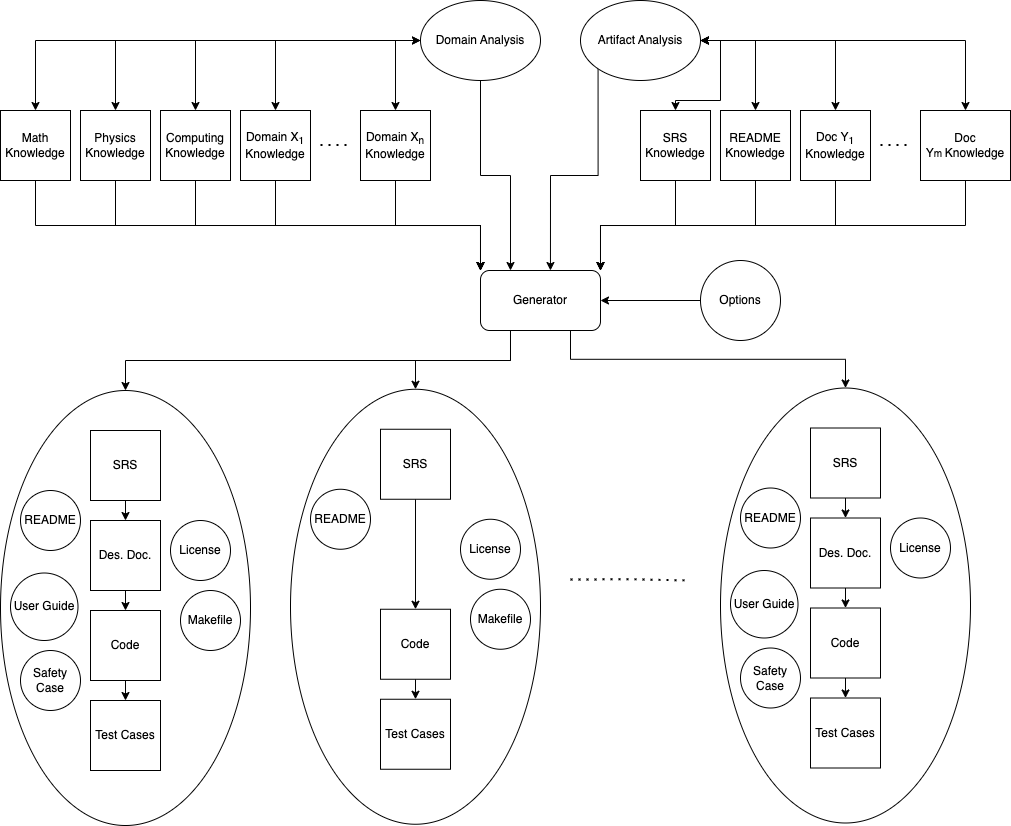
Before: Presentations/Huawei-SustProdLines/figures/GenAllThings.png, a diagram exported from draw.io (JacquesCarette/Drasil). Source tidied: cells renumbered, new cells last; positions are measured from the earlier drawing's top-left corner, leaving out a move shared by most shapes.
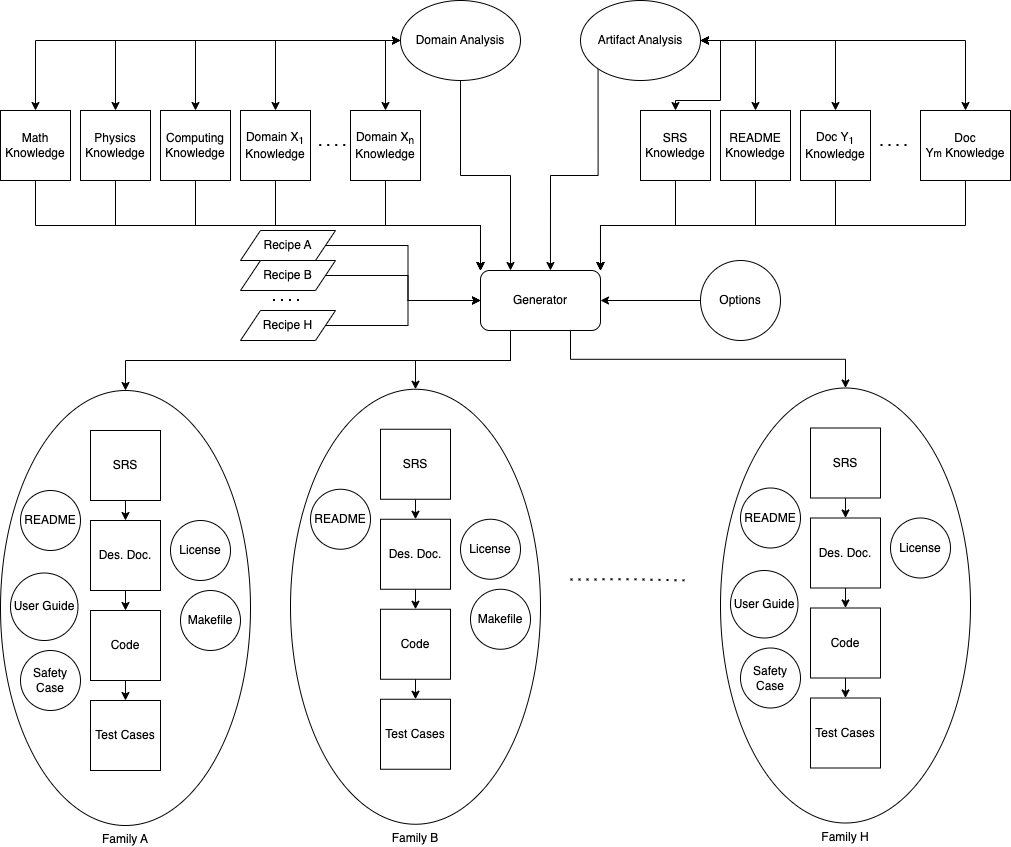
The same file after the commit.

Change to the diagram source:
```diff
@@ -2,29 +2,40 @@
   <root>
     <mxCell id="0" />
     <mxCell id="1" parent="0" />
-    <mxCell id="2" style="ellipse;whiteSpace=wrap;html=1;fillColor=none;" parent="1" vertex="1">
-      <mxGeometry x="290" y="388.8" width="250" height="435" as="geometry" />
-    </mxCell>
     <mxCell id="3" style="edgeStyle=orthogonalEdgeStyle;rounded=0;jettySize=auto;html=1;exitX=0.5;exitY=1;exitDx=0;exitDy=0;entryX=0.25;entryY=0;entryDx=0;entryDy=0;" parent="1" edge="1" source="9" target="37">
       <mxGeometry relative="1" as="geometry" />
     </mxCell>
     <mxCell id="4" style="edgeStyle=orthogonalEdgeStyle;rounded=0;jettySize=auto;html=1;exitX=0;exitY=0.5;exitDx=0;exitDy=0;entryX=0.5;entryY=0;entryDx=0;entryDy=0;startArrow=classic;startFill=1;" parent="1" edge="1" source="9" target="17">
       <mxGeometry relative="1" as="geometry" />
     </mxCell>
+    <mxCell id="8" style="edgeStyle=orthogonalEdgeStyle;rounded=0;jettySize=auto;html=1;exitX=0;exitY=1;exitDx=0;exitDy=0;entryX=0.5;entryY=0;entryDx=0;entryDy=0;startArrow=classic;startFill=1;" parent="1" edge="1" source="9" target="19">
+      <mxGeometry relative="1" as="geometry">
+        <Array as="points">
+          <mxPoint x="418" y="40" />
+          <mxPoint x="115" y="40" />
+        </Array>
+      </mxGeometry>
+    </mxCell>
+    <mxCell id="7" style="edgeStyle=orthogonalEdgeStyle;rounded=0;jettySize=auto;html=1;exitX=0;exitY=1;exitDx=0;exitDy=0;entryX=0.5;entryY=0;entryDx=0;entryDy=0;startArrow=classic;startFill=1;" parent="1" edge="1" source="9" target="21">
+      <mxGeometry relative="1" as="geometry">
+        <Array as="points">
+          <mxPoint x="418" y="40" />
+          <mxPoint x="195" y="40" />
+        </Array>
+      </mxGeometry>
+    </mxCell>
     <mxCell id="5" style="edgeStyle=orthogonalEdgeStyle;rounded=0;jettySize=auto;html=1;exitX=0;exitY=0.5;exitDx=0;exitDy=0;entryX=0.5;entryY=0;entryDx=0;entryDy=0;startArrow=classic;startFill=1;" parent="1" edge="1" source="9" target="23">
       <mxGeometry relative="1" as="geometry" />
     </mxCell>
-    <mxCell id="6" style="edgeStyle=orthogonalEdgeStyle;rounded=0;jettySize=auto;html=1;exitX=0;exitY=0.5;exitDx=0;exitDy=0;entryX=0.5;entryY=0;entryDx=0;entryDy=0;startArrow=none;startFill=0;" parent="1" edge="1" source="9" target="25">
-      <mxGeometry relative="1" as="geometry" />
+    <mxCell id="6" style="edgeStyle=orthogonalEdgeStyle;rounded=0;jettySize=auto;html=1;exitX=0;exitY=0.5;exitDx=0;exitDy=0;entryX=0.5;entryY=0;entryDx=0;entryDy=0;startArrow=classic;startFill=1;" parent="1" edge="1" source="9" target="25">
+      <mxGeometry relative="1" as="geometry">
+        <Array as="points">
+          <mxPoint x="385" y="40" />
+        </Array>
+      </mxGeometry>
     </mxCell>
-    <mxCell id="7" style="edgeStyle=orthogonalEdgeStyle;rounded=0;jettySize=auto;html=1;exitX=0;exitY=0.5;exitDx=0;exitDy=0;entryX=0.5;entryY=0;entryDx=0;entryDy=0;startArrow=none;startFill=0;" parent="1" edge="1" source="9" target="21">
-      <mxGeometry relative="1" as="geometry" />
-    </mxCell>
-    <mxCell id="8" style="edgeStyle=orthogonalEdgeStyle;rounded=0;jettySize=auto;html=1;exitX=0;exitY=0.5;exitDx=0;exitDy=0;entryX=0.5;entryY=0;entryDx=0;entryDy=0;startArrow=none;startFill=0;" parent="1" edge="1" source="9" target="19">
-      <mxGeometry relative="1" as="geometry" />
-    </mxCell>
     <mxCell id="9" value="Domain Analysis" style="ellipse;whiteSpace=wrap;html=1;" parent="1" vertex="1">
-      <mxGeometry x="420" width="120" height="80" as="geometry" />
+      <mxGeometry x="400" width="120" height="80" as="geometry" />
     </mxCell>
     <mxCell id="10" style="edgeStyle=orthogonalEdgeStyle;rounded=0;jettySize=auto;html=1;exitX=0;exitY=1;exitDx=0;exitDy=0;entryX=0.583;entryY=0;entryDx=0;entryDy=0;entryPerimeter=0;" parent="1" edge="1" source="15" target="37">
       <mxGeometry relative="1" as="geometry" />
@@ -74,7 +85,7 @@
       </mxGeometry>
     </mxCell>
     <mxCell id="25" value="Domain X&lt;sub&gt;n&lt;/sub&gt; Knowledge" style="rounded=0;whiteSpace=wrap;html=1;" parent="1" vertex="1">
-      <mxGeometry x="360" y="110" width="70" height="70" as="geometry" />
+      <mxGeometry x="350" y="110" width="70" height="70" as="geometry" />
     </mxCell>
     <mxCell id="26" style="edgeStyle=orthogonalEdgeStyle;rounded=0;jettySize=auto;html=1;exitX=0.5;exitY=1;exitDx=0;exitDy=0;" parent="1" edge="1" source="27">
       <mxGeometry relative="1" as="geometry">
@@ -103,7 +114,7 @@
     <mxCell id="32" style="edgeStyle=orthogonalEdgeStyle;rounded=0;jettySize=auto;html=1;exitX=0.5;exitY=1;exitDx=0;exitDy=0;entryX=1;entryY=0;entryDx=0;entryDy=0;" parent="1" edge="1" source="33" target="37">
       <mxGeometry relative="1" as="geometry" />
     </mxCell>
-    <mxCell id="33" value="Doc Y&lt;span style=&quot;font-size: 10px;&quot;&gt;m&amp;nbsp;&lt;/span&gt;Knowledge" style="rounded=0;whiteSpace=wrap;html=1;" parent="1" vertex="1">
+    <mxCell id="33" value="Doc Y&lt;span style=&quot;font-size: 10px;&quot;&gt;m&lt;/span&gt;&amp;nbsp;Knowledge" style="rounded=0;whiteSpace=wrap;html=1;" parent="1" vertex="1">
       <mxGeometry x="920" y="110" width="90" height="70" as="geometry" />
     </mxCell>
     <mxCell id="34" style="edgeStyle=orthogonalEdgeStyle;rounded=0;jettySize=auto;html=1;exitX=0.25;exitY=1;exitDx=0;exitDy=0;startArrow=none;startFill=0;entryX=0.5;entryY=0;entryDx=0;entryDy=0;" parent="1" edge="1" source="37" target="49">
@@ -136,10 +147,10 @@
     </mxCell>
     <mxCell id="40" style="endArrow=none;dashed=1;html=1;dashPattern=1 3;strokeWidth=2;rounded=0;" parent="1" edge="1">
       <mxGeometry relative="1" as="geometry">
-        <mxPoint x="320" y="144.5" as="sourcePoint" />
-        <mxPoint x="350" y="144.5" as="targetPoint" />
+        <mxPoint x="318.8" y="144.5" as="sourcePoint" />
+        <mxPoint x="348.8" y="144.5" as="targetPoint" />
         <Array as="points">
-          <mxPoint x="340" y="144.5" />
+          <mxPoint x="338.8" y="144.5" />
         </Array>
       </mxGeometry>
     </mxCell>
@@ -173,7 +184,7 @@
     <mxCell id="48" value="Test Cases" style="whiteSpace=wrap;html=1;" parent="1" vertex="1">
       <mxGeometry x="90" y="700" width="70" height="70" as="geometry" />
     </mxCell>
-    <mxCell id="49" style="ellipse;whiteSpace=wrap;html=1;fillColor=none;" parent="1" vertex="1">
+    <mxCell id="49" value="Family A" style="ellipse;whiteSpace=wrap;html=1;fillColor=none;labelPosition=center;verticalLabelPosition=bottom;align=center;verticalAlign=top;" parent="1" vertex="1">
       <mxGeometry y="390" width="250" height="435" as="geometry" />
     </mxCell>
     <mxCell id="50" value="User Guide" style="ellipse;whiteSpace=wrap;html=1;fillColor=none;" parent="1" vertex="1">
@@ -191,12 +202,18 @@
     <mxCell id="54" value="Safety Case" style="ellipse;whiteSpace=wrap;html=1;fillColor=none;" parent="1" vertex="1">
       <mxGeometry x="20" y="650" width="60" height="60" as="geometry" />
     </mxCell>
-    <mxCell id="55" style="edgeStyle=orthogonalEdgeStyle;rounded=0;jettySize=auto;html=1;exitX=0.5;exitY=1;exitDx=0;exitDy=0;entryX=0.5;entryY=0;entryDx=0;entryDy=0;startArrow=none;startFill=0;" parent="1" edge="1" source="56" target="58">
-      <mxGeometry relative="1" as="geometry" />
-    </mxCell>
+    <mxCell id="76" style="edgeStyle=orthogonalEdgeStyle;rounded=0;jettySize=auto;html=1;exitX=0.5;exitY=1;exitDx=0;exitDy=0;entryX=0.5;entryY=0;entryDx=0;entryDy=0;startArrow=none;startFill=0;" parent="1" edge="1" source="56" target="78">
+      <mxGeometry relative="1" as="geometry" />
+    </mxCell>
     <mxCell id="56" value="SRS" style="whiteSpace=wrap;html=1;" parent="1" vertex="1">
       <mxGeometry x="380" y="428.8" width="70" height="70" as="geometry" />
     </mxCell>
+    <mxCell id="77" style="edgeStyle=orthogonalEdgeStyle;rounded=0;jettySize=auto;html=1;exitX=0.5;exitY=1;exitDx=0;exitDy=0;entryX=0.5;entryY=0;entryDx=0;entryDy=0;startArrow=none;startFill=0;" parent="1" edge="1" source="78" target="58">
+      <mxGeometry relative="1" as="geometry" />
+    </mxCell>
+    <mxCell id="78" value="Des. Doc." style="whiteSpace=wrap;html=1;" parent="1" vertex="1">
+      <mxGeometry x="380" y="518.8" width="70" height="70" as="geometry" />
+    </mxCell>
     <mxCell id="57" style="edgeStyle=orthogonalEdgeStyle;rounded=0;jettySize=auto;html=1;exitX=0.5;exitY=1;exitDx=0;exitDy=0;entryX=0.5;entryY=0;entryDx=0;entryDy=0;startArrow=none;startFill=0;" parent="1" edge="1" source="58" target="59">
       <mxGeometry relative="1" as="geometry" />
     </mxCell>
@@ -206,6 +223,9 @@
     <mxCell id="59" value="Test Cases" style="whiteSpace=wrap;html=1;" parent="1" vertex="1">
       <mxGeometry x="380" y="698.8" width="70" height="70" as="geometry" />
     </mxCell>
+    <mxCell id="2" value="Family B" style="ellipse;whiteSpace=wrap;html=1;fillColor=none;labelPosition=center;verticalLabelPosition=bottom;align=center;verticalAlign=top;" parent="1" vertex="1">
+      <mxGeometry x="290" y="388.8" width="250" height="435" as="geometry" />
+    </mxCell>
     <mxCell id="60" value="README" style="ellipse;whiteSpace=wrap;html=1;fillColor=none;" parent="1" vertex="1">
       <mxGeometry x="310" y="488.8" width="60" height="60" as="geometry" />
     </mxCell>
@@ -236,7 +256,7 @@
     <mxCell id="69" value="Test Cases" style="whiteSpace=wrap;html=1;" parent="1" vertex="1">
       <mxGeometry x="810" y="697.5" width="70" height="70" as="geometry" />
     </mxCell>
-    <mxCell id="70" style="ellipse;whiteSpace=wrap;html=1;fillColor=none;" parent="1" vertex="1">
+    <mxCell id="70" value="Family H" style="ellipse;whiteSpace=wrap;html=1;fillColor=none;labelPosition=center;verticalLabelPosition=bottom;align=center;verticalAlign=top;" parent="1" vertex="1">
       <mxGeometry x="720" y="387.5" width="250" height="435" as="geometry" />
     </mxCell>
     <mxCell id="71" value="User Guide" style="ellipse;whiteSpace=wrap;html=1;fillColor=none;" parent="1" vertex="1">
@@ -260,5 +280,32 @@
         </Array>
       </mxGeometry>
     </mxCell>
+    <mxCell id="79" style="edgeStyle=orthogonalEdgeStyle;rounded=0;jettySize=auto;html=1;exitX=1;exitY=0.5;exitDx=0;exitDy=0;entryX=0;entryY=0.5;entryDx=0;entryDy=0;" parent="1" edge="1" source="80" target="37">
+      <mxGeometry relative="1" as="geometry" />
+    </mxCell>
+    <mxCell id="80" value="Recipe A" style="shape=parallelogram;perimeter=parallelogramPerimeter;whiteSpace=wrap;html=1;fixedSize=1;" parent="1" vertex="1">
+      <mxGeometry x="240" y="230" width="95" height="30" as="geometry" />
+    </mxCell>
+    <mxCell id="81" style="edgeStyle=orthogonalEdgeStyle;rounded=0;jettySize=auto;html=1;exitX=1;exitY=0.5;exitDx=0;exitDy=0;entryX=0;entryY=0.5;entryDx=0;entryDy=0;" parent="1" edge="1" source="82" target="37">
+      <mxGeometry relative="1" as="geometry" />
+    </mxCell>
+    <mxCell id="82" value="Recipe B" style="shape=parallelogram;perimeter=parallelogramPerimeter;whiteSpace=wrap;html=1;fixedSize=1;" parent="1" vertex="1">
+      <mxGeometry x="240" y="260" width="95" height="30" as="geometry" />
+    </mxCell>
+    <mxCell id="83" style="edgeStyle=orthogonalEdgeStyle;rounded=0;jettySize=auto;html=1;exitX=1;exitY=0.5;exitDx=0;exitDy=0;entryX=0;entryY=0.5;entryDx=0;entryDy=0;" parent="1" edge="1" source="84" target="37">
+      <mxGeometry relative="1" as="geometry" />
+    </mxCell>
+    <mxCell id="84" value="Recipe H" style="shape=parallelogram;perimeter=parallelogramPerimeter;whiteSpace=wrap;html=1;fixedSize=1;" parent="1" vertex="1">
+      <mxGeometry x="240" y="310" width="95" height="30" as="geometry" />
+    </mxCell>
+    <mxCell id="85" style="endArrow=none;dashed=1;html=1;dashPattern=1 3;strokeWidth=2;rounded=0;" parent="1" edge="1">
+      <mxGeometry relative="1" as="geometry">
+        <mxPoint x="272.5" y="299.5" as="sourcePoint" />
+        <mxPoint x="302.5" y="299.5" as="targetPoint" />
+        <Array as="points">
+          <mxPoint x="292.5" y="299.5" />
+        </Array>
+      </mxGeometry>
+    </mxCell>
   </root>
 </mxGraphModel>
```
